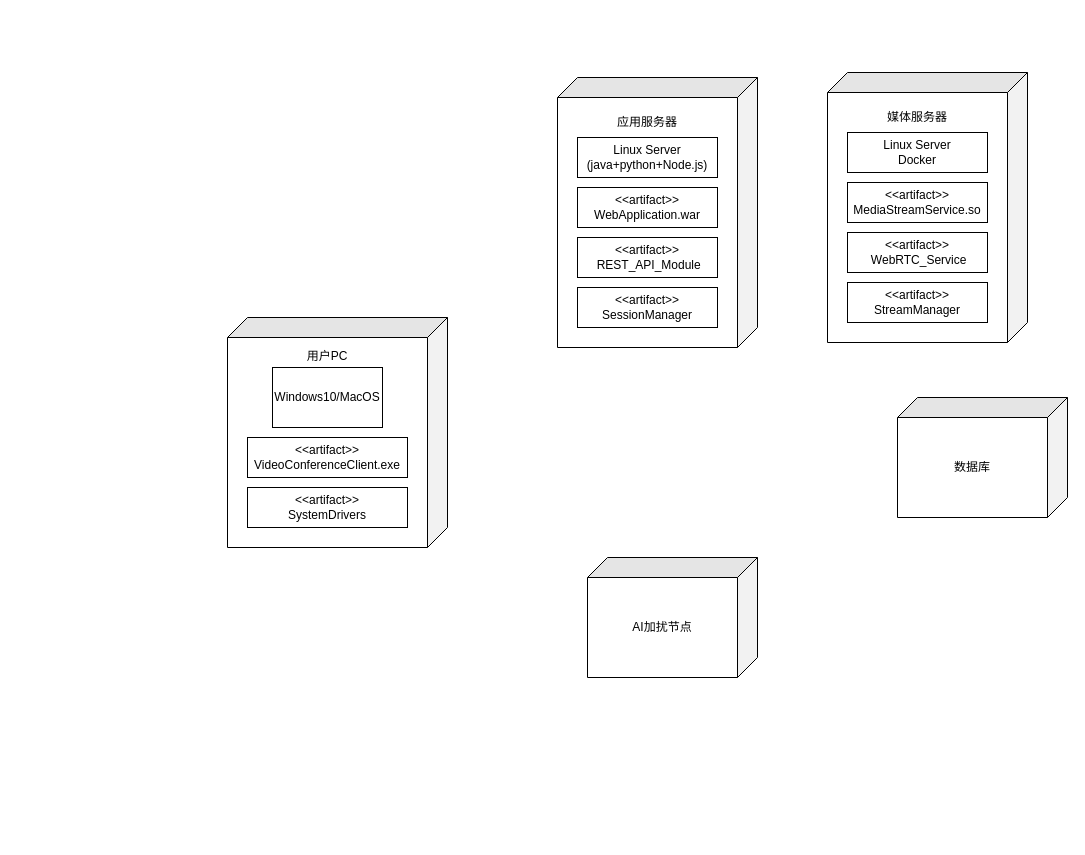
The draw.io diagram 未命名绘图.drawio in swwwwj/swwwwj, before the edit. Source tidied: cells renumbered, new cells numbered last; positions are measured from the earlier drawing's top-left corner, leaving out a move shared by most shapes. Both pictures are drawn from the tidied source at 100%, with x=0, y=0 at pixel (227, 72).
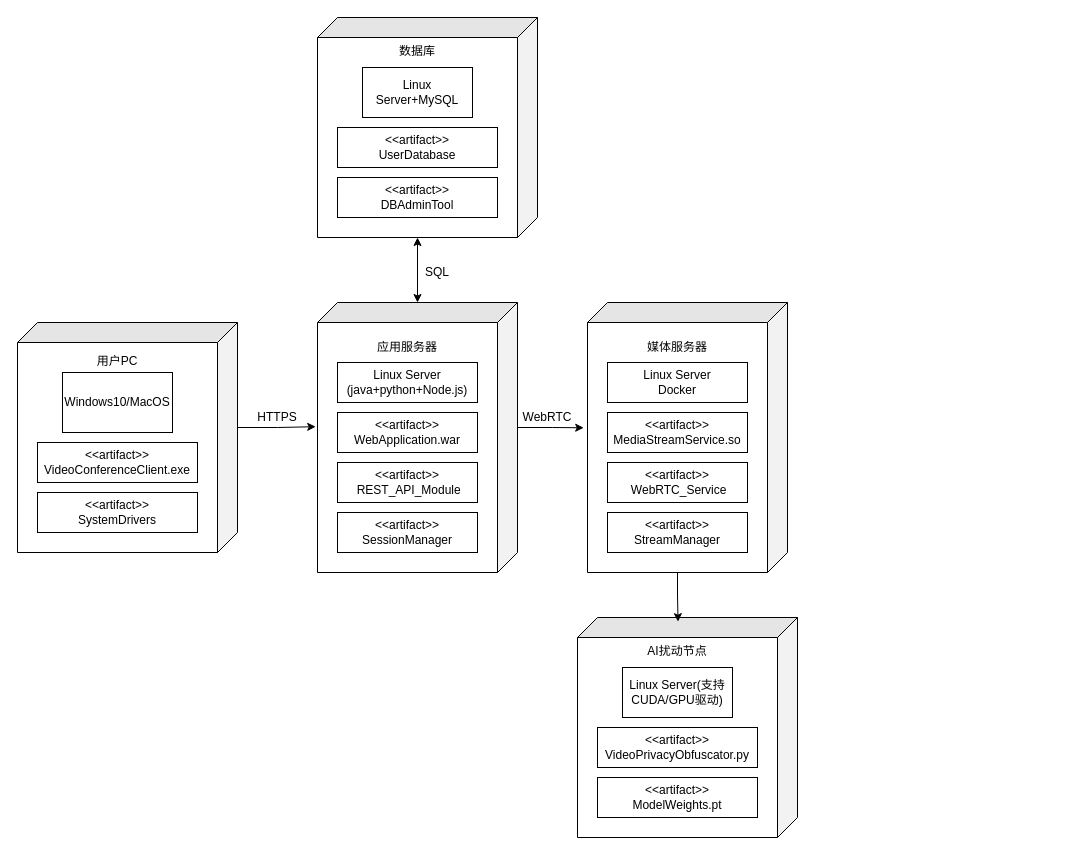
Above is the later version.

Commit message (it also covers changes not shown here):
更新未命名绘图.drawio

Change to the diagram source:
```diff
@@
     <mxCell id="2" value="用户PC&lt;div&gt;&lt;br&gt;&lt;/div&gt;&lt;div&gt;&lt;br&gt;&lt;/div&gt;&lt;div&gt;&lt;br&gt;&lt;/div&gt;&lt;div&gt;&lt;br&gt;&lt;/div&gt;&lt;div&gt;&lt;br&gt;&lt;/div&gt;&lt;div&gt;&lt;br&gt;&lt;/div&gt;&lt;div&gt;&lt;br&gt;&lt;div&gt;&lt;br&gt;&lt;/div&gt;&lt;div&gt;&lt;br&gt;&lt;/div&gt;&lt;div&gt;&lt;br&gt;&lt;/div&gt;&lt;div&gt;&lt;br&gt;&lt;div&gt;&lt;br&gt;&lt;/div&gt;&lt;/div&gt;&lt;/div&gt;" style="shape=cube;whiteSpace=wrap;html=1;boundedLbl=1;backgroundOutline=1;darkOpacity=0.05;darkOpacity2=0.1;direction=south;" parent="1" vertex="1">
-      <mxGeometry y="245" width="220" height="230" as="geometry" />
+      <mxGeometry x="-210" y="250" width="220" height="230" as="geometry" />
     </mxCell>
     <mxCell id="3" value="应用服务器&lt;div&gt;&lt;br&gt;&lt;div&gt;&lt;br&gt;&lt;/div&gt;&lt;div&gt;&lt;br&gt;&lt;div&gt;&lt;br&gt;&lt;/div&gt;&lt;div&gt;&lt;br&gt;&lt;/div&gt;&lt;div&gt;&lt;br&gt;&lt;/div&gt;&lt;div&gt;&lt;br&gt;&lt;/div&gt;&lt;div&gt;&lt;br&gt;&lt;/div&gt;&lt;div&gt;&lt;br&gt;&lt;/div&gt;&lt;div&gt;&lt;br&gt;&lt;/div&gt;&lt;div&gt;&lt;br&gt;&lt;/div&gt;&lt;div&gt;&lt;br&gt;&lt;/div&gt;&lt;div&gt;&lt;br&gt;&lt;/div&gt;&lt;div&gt;&lt;br&gt;&lt;/div&gt;&lt;/div&gt;&lt;/div&gt;" style="shape=cube;whiteSpace=wrap;html=1;boundedLbl=1;backgroundOutline=1;darkOpacity=0.05;darkOpacity2=0.1;direction=south;" parent="1" vertex="1">
-      <mxGeometry x="330" y="5" width="200" height="270" as="geometry" />
+      <mxGeometry x="90" y="230" width="200" height="270" as="geometry" />
     </mxCell>
-    <mxCell id="4" value="AI加扰节点" style="shape=cube;whiteSpace=wrap;html=1;boundedLbl=1;backgroundOutline=1;darkOpacity=0.05;darkOpacity2=0.1;direction=south;" parent="1" vertex="1">
-      <mxGeometry x="360" y="485" width="170" height="120" as="geometry" />
-    </mxCell>
-    <mxCell id="5" value="数据库" style="shape=cube;whiteSpace=wrap;html=1;boundedLbl=1;backgroundOutline=1;darkOpacity=0.05;darkOpacity2=0.1;direction=south;" parent="1" vertex="1">
-      <mxGeometry x="670" y="325" width="170" height="120" as="geometry" />
-    </mxCell>
     <mxCell id="6" value="Windows10/MacOS" style="rounded=0;whiteSpace=wrap;html=1;" parent="1" vertex="1">
-      <mxGeometry x="45" y="295" width="110" height="60" as="geometry" />
+      <mxGeometry x="-165" y="300" width="110" height="60" as="geometry" />
     </mxCell>
     <mxCell id="7" value="&amp;lt;&amp;lt;artifact&amp;gt;&amp;gt;&lt;div&gt;VideoConferenceClient.exe&lt;/div&gt;" style="rounded=0;whiteSpace=wrap;html=1;" parent="1" vertex="1">
-      <mxGeometry x="20" y="365" width="160" height="40" as="geometry" />
+      <mxGeometry x="-190" y="370" width="160" height="40" as="geometry" />
     </mxCell>
     <mxCell id="8" value="&amp;lt;&amp;lt;artifact&amp;gt;&amp;gt;&lt;div&gt;SystemDrivers&lt;/div&gt;" style="rounded=0;whiteSpace=wrap;html=1;" parent="1" vertex="1">
-      <mxGeometry x="20" y="415" width="160" height="40" as="geometry" />
+      <mxGeometry x="-190" y="420" width="160" height="40" as="geometry" />
     </mxCell>
     <mxCell id="9" value="Linux Server&lt;div&gt;(java+python+Node.js)&lt;/div&gt;" style="rounded=0;whiteSpace=wrap;html=1;" parent="1" vertex="1">
-      <mxGeometry x="350" y="65" width="140" height="40" as="geometry" />
+      <mxGeometry x="110" y="290" width="140" height="40" as="geometry" />
     </mxCell>
     <mxCell id="10" value="&amp;lt;&amp;lt;artifact&amp;gt;&amp;gt;&lt;div&gt;WebApplication.war&lt;/div&gt;" style="rounded=0;whiteSpace=wrap;html=1;" parent="1" vertex="1">
-      <mxGeometry x="350" y="115" width="140" height="40" as="geometry" />
+      <mxGeometry x="110" y="340" width="140" height="40" as="geometry" />
     </mxCell>
     <mxCell id="11" value="&amp;lt;&amp;lt;artifact&amp;gt;&amp;gt;&lt;div&gt;&amp;nbsp;REST_API_Module&lt;/div&gt;" style="rounded=0;whiteSpace=wrap;html=1;" parent="1" vertex="1">
-      <mxGeometry x="350" y="165" width="140" height="40" as="geometry" />
+      <mxGeometry x="110" y="390" width="140" height="40" as="geometry" />
     </mxCell>
     <mxCell id="12" value="&amp;lt;&amp;lt;artifact&amp;gt;&amp;gt;&lt;div&gt;SessionManager&lt;/div&gt;" style="rounded=0;whiteSpace=wrap;html=1;" parent="1" vertex="1">
-      <mxGeometry x="350" y="215" width="140" height="40" as="geometry" />
+      <mxGeometry x="110" y="440" width="140" height="40" as="geometry" />
     </mxCell>
     <mxCell id="13" value="媒体服务器&lt;div&gt;&lt;br&gt;&lt;div&gt;&lt;br&gt;&lt;/div&gt;&lt;div&gt;&lt;br&gt;&lt;div&gt;&lt;br&gt;&lt;/div&gt;&lt;div&gt;&lt;br&gt;&lt;/div&gt;&lt;div&gt;&lt;br&gt;&lt;/div&gt;&lt;div&gt;&lt;br&gt;&lt;/div&gt;&lt;div&gt;&lt;br&gt;&lt;/div&gt;&lt;div&gt;&lt;br&gt;&lt;/div&gt;&lt;div&gt;&lt;br&gt;&lt;/div&gt;&lt;div&gt;&lt;br&gt;&lt;/div&gt;&lt;div&gt;&lt;br&gt;&lt;/div&gt;&lt;div&gt;&lt;br&gt;&lt;/div&gt;&lt;div&gt;&lt;br&gt;&lt;/div&gt;&lt;/div&gt;&lt;/div&gt;" style="shape=cube;whiteSpace=wrap;html=1;boundedLbl=1;backgroundOutline=1;darkOpacity=0.05;darkOpacity2=0.1;direction=south;" parent="1" vertex="1">
-      <mxGeometry x="600" width="200" height="270" as="geometry" />
+      <mxGeometry x="360" y="230" width="200" height="270" as="geometry" />
     </mxCell>
     <mxCell id="14" value="Linux Server&lt;div&gt;Docker&lt;/div&gt;" style="rounded=0;whiteSpace=wrap;html=1;" parent="1" vertex="1">
-      <mxGeometry x="620" y="60" width="140" height="40" as="geometry" />
+      <mxGeometry x="380" y="290" width="140" height="40" as="geometry" />
     </mxCell>
     <mxCell id="15" value="&amp;lt;&amp;lt;artifact&amp;gt;&amp;gt;&lt;div&gt;MediaStreamService.so&lt;/div&gt;" style="rounded=0;whiteSpace=wrap;html=1;" parent="1" vertex="1">
-      <mxGeometry x="620" y="110" width="140" height="40" as="geometry" />
+      <mxGeometry x="380" y="340" width="140" height="40" as="geometry" />
     </mxCell>
     <mxCell id="16" value="&amp;lt;&amp;lt;artifact&amp;gt;&amp;gt;&lt;div&gt;&amp;nbsp;WebRTC_Service&lt;/div&gt;" style="rounded=0;whiteSpace=wrap;html=1;" parent="1" vertex="1">
-      <mxGeometry x="620" y="160" width="140" height="40" as="geometry" />
+      <mxGeometry x="380" y="390" width="140" height="40" as="geometry" />
     </mxCell>
     <mxCell id="17" value="&amp;lt;&amp;lt;artifact&amp;gt;&amp;gt;&lt;div&gt;StreamManager&lt;/div&gt;" style="rounded=0;whiteSpace=wrap;html=1;" parent="1" vertex="1">
-      <mxGeometry x="620" y="210" width="140" height="40" as="geometry" />
+      <mxGeometry x="380" y="440" width="140" height="40" as="geometry" />
     </mxCell>
+    <mxCell id="18" value="AI扰动节点&lt;br&gt;&lt;div&gt;&lt;br&gt;&lt;/div&gt;&lt;div&gt;&lt;br&gt;&lt;/div&gt;&lt;div&gt;&lt;br&gt;&lt;/div&gt;&lt;div&gt;&lt;br&gt;&lt;/div&gt;&lt;div&gt;&lt;br&gt;&lt;/div&gt;&lt;div&gt;&lt;br&gt;&lt;/div&gt;&lt;div&gt;&lt;br&gt;&lt;div&gt;&lt;br&gt;&lt;/div&gt;&lt;div&gt;&lt;br&gt;&lt;/div&gt;&lt;div&gt;&lt;br&gt;&lt;/div&gt;&lt;div&gt;&lt;br&gt;&lt;div&gt;&lt;br&gt;&lt;/div&gt;&lt;/div&gt;&lt;/div&gt;" style="shape=cube;whiteSpace=wrap;html=1;boundedLbl=1;backgroundOutline=1;darkOpacity=0.05;darkOpacity2=0.1;direction=south;" parent="1" vertex="1">
+      <mxGeometry x="350" y="545" width="220" height="220" as="geometry" />
+    </mxCell>
+    <mxCell id="19" value="Linux Server(支持CUDA/GPU驱动)" style="rounded=0;whiteSpace=wrap;html=1;" parent="1" vertex="1">
+      <mxGeometry x="395" y="595" width="110" height="50" as="geometry" />
+    </mxCell>
+    <mxCell id="20" value="&amp;lt;&amp;lt;artifact&amp;gt;&amp;gt;&lt;div&gt;VideoPrivacyObfuscator.py&lt;/div&gt;" style="rounded=0;whiteSpace=wrap;html=1;" parent="1" vertex="1">
+      <mxGeometry x="370" y="655" width="160" height="40" as="geometry" />
+    </mxCell>
+    <mxCell id="21" value="&amp;lt;&amp;lt;artifact&amp;gt;&amp;gt;&lt;div&gt;ModelWeights.pt&lt;/div&gt;" style="rounded=0;whiteSpace=wrap;html=1;" parent="1" vertex="1">
+      <mxGeometry x="370" y="705" width="160" height="40" as="geometry" />
+    </mxCell>
+    <mxCell id="5" value="数据库&lt;br&gt;&lt;div&gt;&lt;br&gt;&lt;/div&gt;&lt;div&gt;&lt;br&gt;&lt;/div&gt;&lt;div&gt;&lt;br&gt;&lt;/div&gt;&lt;div&gt;&lt;br&gt;&lt;/div&gt;&lt;div&gt;&lt;br&gt;&lt;/div&gt;&lt;div&gt;&lt;br&gt;&lt;/div&gt;&lt;div&gt;&lt;br&gt;&lt;div&gt;&lt;br&gt;&lt;/div&gt;&lt;div&gt;&lt;br&gt;&lt;/div&gt;&lt;div&gt;&lt;br&gt;&lt;/div&gt;&lt;div&gt;&lt;br&gt;&lt;div&gt;&lt;br&gt;&lt;/div&gt;&lt;/div&gt;&lt;/div&gt;" style="shape=cube;whiteSpace=wrap;html=1;boundedLbl=1;backgroundOutline=1;darkOpacity=0.05;darkOpacity2=0.1;direction=south;" parent="1" vertex="1">
+      <mxGeometry x="90" y="-55" width="220" height="220" as="geometry" />
+    </mxCell>
+    <mxCell id="22" value="Linux Server+MySQL" style="rounded=0;whiteSpace=wrap;html=1;" parent="1" vertex="1">
+      <mxGeometry x="135" y="-5" width="110" height="50" as="geometry" />
+    </mxCell>
+    <mxCell id="23" value="&amp;lt;&amp;lt;artifact&amp;gt;&amp;gt;&lt;div&gt;UserDatabase&lt;/div&gt;" style="rounded=0;whiteSpace=wrap;html=1;" parent="1" vertex="1">
+      <mxGeometry x="110" y="55" width="160" height="40" as="geometry" />
+    </mxCell>
+    <mxCell id="24" value="&amp;lt;&amp;lt;artifact&amp;gt;&amp;gt;&lt;div&gt;DBAdminTool&lt;/div&gt;" style="rounded=0;whiteSpace=wrap;html=1;" parent="1" vertex="1">
+      <mxGeometry x="110" y="105" width="160" height="40" as="geometry" />
+    </mxCell>
+    <mxCell id="25" style="edgeStyle=orthogonalEdgeStyle;rounded=0;jettySize=auto;html=1;exitX=0;exitY=0;exitDx=105;exitDy=0;exitPerimeter=0;entryX=0.46;entryY=1.009;entryDx=0;entryDy=0;entryPerimeter=0;" parent="1" edge="1" source="2" target="3">
+      <mxGeometry relative="1" as="geometry" />
+    </mxCell>
+    <mxCell id="26" style="edgeStyle=orthogonalEdgeStyle;rounded=0;jettySize=auto;html=1;exitX=0;exitY=0;exitDx=125;exitDy=0;exitPerimeter=0;entryX=0.464;entryY=1.019;entryDx=0;entryDy=0;entryPerimeter=0;" parent="1" edge="1" source="3" target="13">
+      <mxGeometry relative="1" as="geometry" />
+    </mxCell>
+    <mxCell id="27" style="endArrow=classic;startArrow=classic;html=1;rounded=0;entryX=0;entryY=0;entryDx=220;entryDy=120;entryPerimeter=0;" parent="1" edge="1" source="3" target="5">
+      <mxGeometry relative="1" as="geometry" />
+    </mxCell>
+    <mxCell id="28" style="edgeStyle=orthogonalEdgeStyle;rounded=0;jettySize=auto;html=1;exitX=0;exitY=0;exitDx=270;exitDy=110;exitPerimeter=0;entryX=0.019;entryY=0.543;entryDx=0;entryDy=0;entryPerimeter=0;" parent="1" edge="1" source="13" target="18">
+      <mxGeometry relative="1" as="geometry" />
+    </mxCell>
+    <mxCell id="29" value="HTTPS" style="text;html=1;whiteSpace=wrap;strokeColor=none;fillColor=none;align=center;verticalAlign=middle;rounded=0;" parent="1" vertex="1">
+      <mxGeometry x="20" y="330" width="60" height="30" as="geometry" />
+    </mxCell>
+    <mxCell id="30" value="SQL" style="text;html=1;whiteSpace=wrap;strokeColor=none;fillColor=none;align=center;verticalAlign=middle;rounded=0;" parent="1" vertex="1">
+      <mxGeometry x="180" y="185" width="60" height="30" as="geometry" />
+    </mxCell>
+    <mxCell id="31" value="WebRTC" style="text;html=1;whiteSpace=wrap;strokeColor=none;fillColor=none;align=center;verticalAlign=middle;rounded=0;" parent="1" vertex="1">
+      <mxGeometry x="290" y="330" width="60" height="30" as="geometry" />
+    </mxCell>
```
